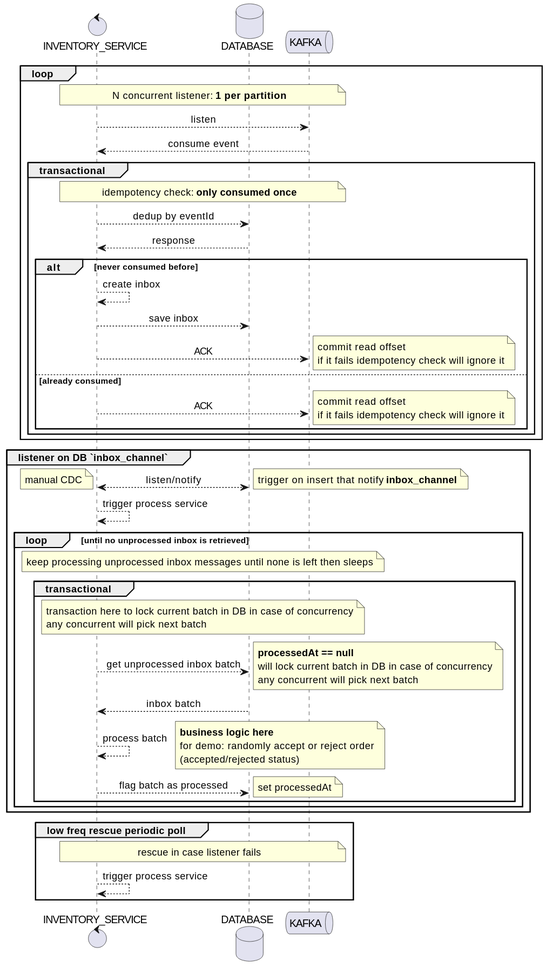
Above: docs/inventory_service_seq.svg in 7mza/kafka-demo (PlantUML), before the change.
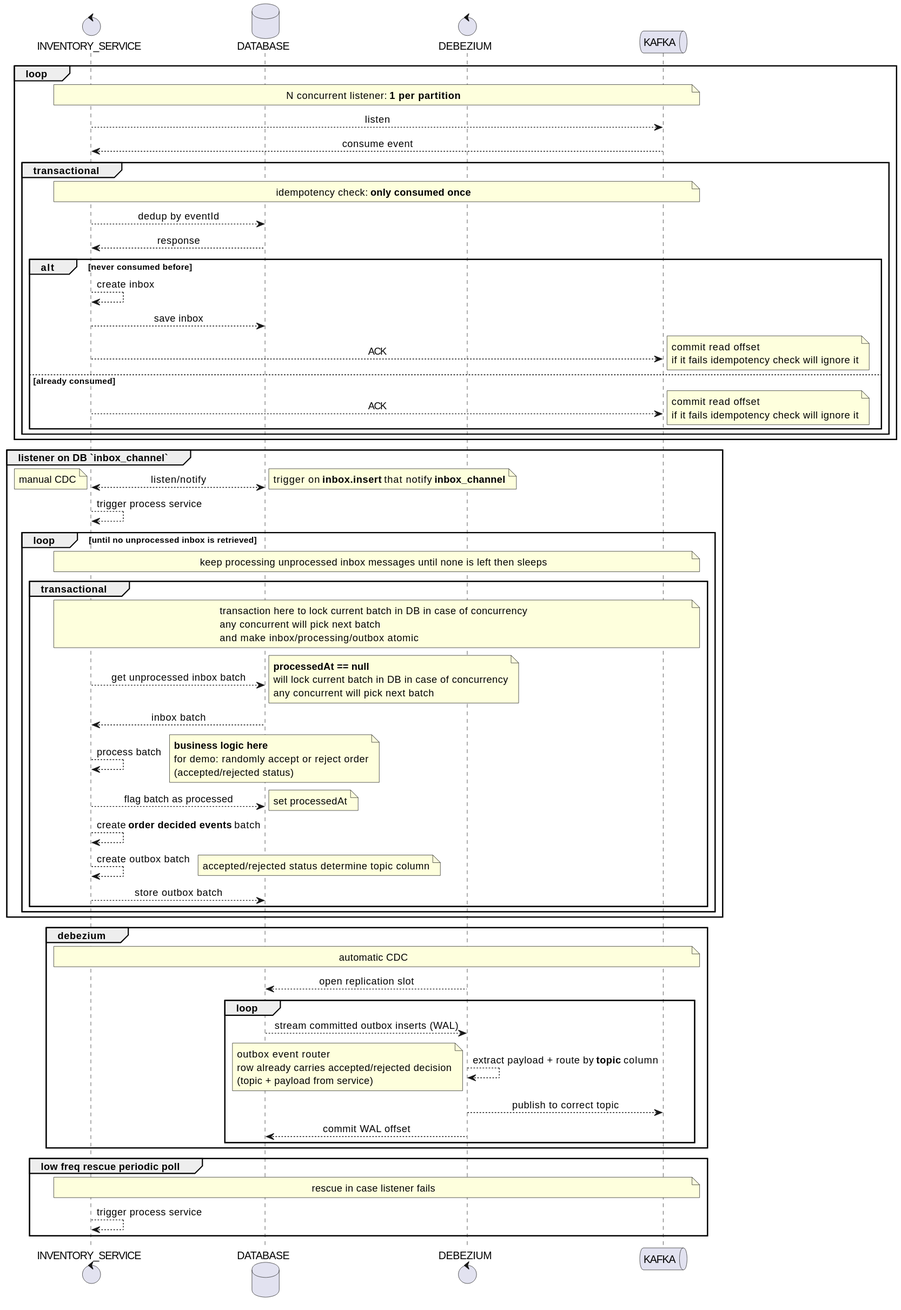
The same diagram one commit later.

Change to the diagram source:
```diff
@@ -3,6 +3,7 @@
 
 control INVENTORY_SERVICE as SERVICE
 database DATABASE as DB
+control DEBEZIUM as Z
 queue KAFKA as K
 
 loop
@@ -28,20 +29,36 @@
 group listener on DB `inbox_channel`
     SERVICE <--> DB: listen/notify
     note left: manual CDC
-    note right: trigger on insert that notify **inbox_channel**
+    note right: trigger on **inbox.insert** that notify **inbox_channel**
     SERVICE --> SERVICE: trigger process service
     loop until no unprocessed inbox is retrieved
         note across: keep processing unprocessed inbox messages until none is left then sleeps
         group transactional
-            note across: transaction here to lock current batch in DB in case of concurrency\nany concurrent will pick next batch
-            SERVICE --> DB : get unprocessed inbox batch
+            note across: transaction here to lock current batch in DB in case of concurrency\nany concurrent will pick next batch\nand make inbox/processing/outbox atomic
+            SERVICE --> DB: get unprocessed inbox batch
             note right: **processedAt == null**\nwill lock current batch in DB in case of concurrency\nany concurrent will pick next batch
-            DB --> SERVICE : inbox batch
-            SERVICE --> SERVICE : process batch
+            DB --> SERVICE: inbox batch
+            SERVICE --> SERVICE: process batch
             note right: **business logic here**\nfor demo: randomly accept or reject order\n(accepted/rejected status)
-            SERVICE --> DB : flag batch as processed
+            SERVICE --> DB: flag batch as processed
             note right: set processedAt
+            SERVICE --> SERVICE: create **order decided events** batch
+            SERVICE --> SERVICE: create outbox batch
+            note right: accepted/rejected status determine topic column
+            SERVICE --> DB: store outbox batch
         end
+    end
+end
+
+group debezium
+    note across: automatic CDC
+    Z --> DB: open replication slot
+    loop
+        DB --> Z: stream committed outbox inserts (WAL)
+        Z --> Z: extract payload + route by **topic** column
+        note left: outbox event router\nrow already carries accepted/rejected decision\n(topic + payload from service)
+        Z --> K: publish to correct topic
+        Z --> DB: commit WAL offset
     end
 end
 
```
